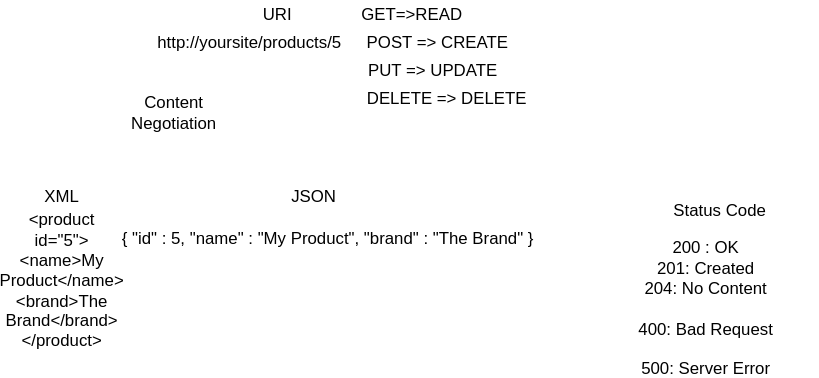
The draw.io diagram ASPNET/Demos/TheWeb/drawing03.drawio.svg in scolapicchioni/BD2020, before a commit. Source tidied: cells renumbered, new cells last; positions are measured from the earlier drawing's top-left corner, leaving out a move shared by most shapes.
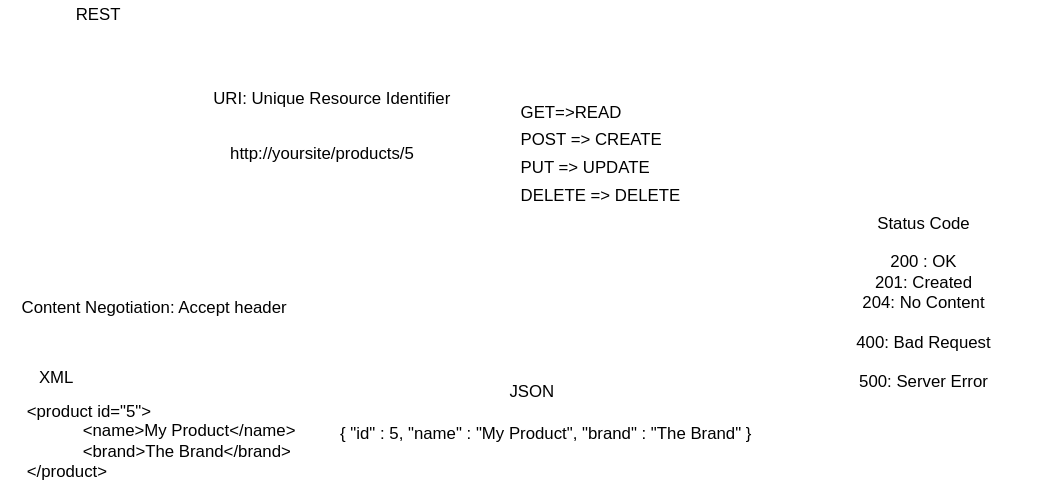
The same file after the commit.

Diff of the diagram source:
```diff
@@ -2,32 +2,32 @@
   <root>
     <mxCell id="0" />
     <mxCell id="1" parent="0" />
-    <mxCell id="2" value="URI" style="text;html=1;strokeColor=none;fillColor=none;align=center;verticalAlign=middle;whiteSpace=wrap;rounded=0;" parent="1" vertex="1">
-      <mxGeometry x="154" width="40" height="20" as="geometry" />
+    <mxCell id="2" value="URI: Unique Resource Identifier" style="text;html=1;strokeColor=none;fillColor=none;align=center;verticalAlign=middle;whiteSpace=wrap;rounded=0;" parent="1" vertex="1">
+      <mxGeometry x="-40" y="-80" width="194" height="20" as="geometry" />
     </mxCell>
     <mxCell id="3" value="http://yoursite/products/5" style="text;html=1;strokeColor=none;fillColor=none;align=center;verticalAlign=middle;whiteSpace=wrap;rounded=0;" parent="1" vertex="1">
-      <mxGeometry x="134" y="20" width="40" height="20" as="geometry" />
+      <mxGeometry x="30" y="-40" width="40" height="20" as="geometry" />
     </mxCell>
-    <mxCell id="4" value="GET=&amp;gt;READ" style="text;html=1;strokeColor=none;fillColor=none;align=center;verticalAlign=middle;whiteSpace=wrap;rounded=0;" parent="1" vertex="1">
-      <mxGeometry x="250" width="40" height="20" as="geometry" />
+    <mxCell id="4" value="GET=&amp;gt;READ" style="text;html=1;strokeColor=none;fillColor=none;align=left;verticalAlign=middle;whiteSpace=wrap;rounded=0;" parent="1" vertex="1">
+      <mxGeometry x="190" y="-70" width="120" height="20" as="geometry" />
     </mxCell>
-    <mxCell id="5" value="POST =&amp;gt; CREATE&amp;nbsp;" style="text;html=1;strokeColor=none;fillColor=none;align=center;verticalAlign=middle;whiteSpace=wrap;rounded=0;" parent="1" vertex="1">
-      <mxGeometry x="230" y="20" width="120" height="20" as="geometry" />
+    <mxCell id="5" value="POST =&amp;gt; CREATE&amp;nbsp;" style="text;html=1;strokeColor=none;fillColor=none;align=left;verticalAlign=middle;whiteSpace=wrap;rounded=0;" parent="1" vertex="1">
+      <mxGeometry x="190" y="-50" width="120" height="20" as="geometry" />
     </mxCell>
-    <mxCell id="6" value="DELETE =&amp;gt; DELETE" style="text;html=1;strokeColor=none;fillColor=none;align=center;verticalAlign=middle;whiteSpace=wrap;rounded=0;" parent="1" vertex="1">
-      <mxGeometry x="230" y="60" width="130" height="20" as="geometry" />
+    <mxCell id="6" value="DELETE =&amp;gt; DELETE" style="text;html=1;strokeColor=none;fillColor=none;align=left;verticalAlign=middle;whiteSpace=wrap;rounded=0;" parent="1" vertex="1">
+      <mxGeometry x="190" y="-10" width="130" height="20" as="geometry" />
     </mxCell>
-    <mxCell id="7" value="PUT =&amp;gt; UPDATE" style="text;html=1;strokeColor=none;fillColor=none;align=center;verticalAlign=middle;whiteSpace=wrap;rounded=0;" parent="1" vertex="1">
-      <mxGeometry x="230" y="40" width="110" height="20" as="geometry" />
+    <mxCell id="7" value="PUT =&amp;gt; UPDATE" style="text;html=1;strokeColor=none;fillColor=none;align=left;verticalAlign=middle;whiteSpace=wrap;rounded=0;" parent="1" vertex="1">
+      <mxGeometry x="190" y="-30" width="110" height="20" as="geometry" />
     </mxCell>
-    <mxCell id="8" value="Content Negotiation" style="text;html=1;strokeColor=none;fillColor=none;align=center;verticalAlign=middle;whiteSpace=wrap;rounded=0;" parent="1" vertex="1">
-      <mxGeometry x="80" y="70" width="40" height="20" as="geometry" />
+    <mxCell id="8" value="Content Negotiation: Accept header" style="text;html=1;strokeColor=none;fillColor=none;align=center;verticalAlign=middle;whiteSpace=wrap;rounded=0;" parent="1" vertex="1">
+      <mxGeometry x="-180" y="70" width="220" height="20" as="geometry" />
     </mxCell>
-    <mxCell id="9" value="&amp;lt;product id=&quot;5&quot;&amp;gt;&amp;lt;name&amp;gt;My Product&amp;lt;/name&amp;gt;&amp;lt;brand&amp;gt;The Brand&amp;lt;/brand&amp;gt;&amp;lt;/product&amp;gt;" style="text;html=1;strokeColor=none;fillColor=none;align=center;verticalAlign=middle;whiteSpace=wrap;rounded=0;" parent="1" vertex="1">
-      <mxGeometry y="190" width="40" height="20" as="geometry" />
+    <mxCell id="9" value="&lt;div style=&quot;text-align: left&quot;&gt;&lt;span&gt;&amp;lt;product id=&quot;5&quot;&amp;gt;&lt;/span&gt;&lt;/div&gt;&lt;blockquote style=&quot;margin: 0 0 0 40px ; border: none ; padding: 0px&quot;&gt;&lt;div style=&quot;text-align: left&quot;&gt;&lt;span&gt;&amp;lt;name&amp;gt;My Product&amp;lt;/name&amp;gt;&lt;/span&gt;&lt;/div&gt;&lt;/blockquote&gt;&lt;blockquote style=&quot;margin: 0 0 0 40px ; border: none ; padding: 0px&quot;&gt;&lt;div style=&quot;text-align: left&quot;&gt;&lt;span&gt;&amp;lt;brand&amp;gt;The Brand&amp;lt;/brand&amp;gt;&lt;/span&gt;&lt;/div&gt;&lt;/blockquote&gt;&lt;div style=&quot;text-align: left&quot;&gt;&lt;span&gt;&amp;lt;/product&amp;gt;&lt;/span&gt;&lt;/div&gt;" style="text;html=1;strokeColor=none;fillColor=none;align=center;verticalAlign=middle;whiteSpace=wrap;rounded=0;" parent="1" vertex="1">
+      <mxGeometry x="-170" y="140" width="210" height="70" as="geometry" />
     </mxCell>
     <mxCell id="10" value="XML" style="text;html=1;strokeColor=none;fillColor=none;align=center;verticalAlign=middle;whiteSpace=wrap;rounded=0;" parent="1" vertex="1">
-      <mxGeometry y="130" width="40" height="20" as="geometry" />
+      <mxGeometry x="-160" y="120" width="40" height="20" as="geometry" />
     </mxCell>
     <mxCell id="11" value="JSON" style="text;html=1;strokeColor=none;fillColor=none;align=center;verticalAlign=middle;whiteSpace=wrap;rounded=0;" parent="1" vertex="1">
       <mxGeometry x="180" y="130" width="40" height="20" as="geometry" />
@@ -36,10 +36,13 @@
       <mxGeometry x="60" y="160" width="300" height="20" as="geometry" />
     </mxCell>
     <mxCell id="13" value="Status Code" style="text;html=1;strokeColor=none;fillColor=none;align=center;verticalAlign=middle;whiteSpace=wrap;rounded=0;" parent="1" vertex="1">
-      <mxGeometry x="440" y="140" width="100" height="20" as="geometry" />
+      <mxGeometry x="430" y="10" width="100" height="20" as="geometry" />
     </mxCell>
     <mxCell id="14" value="200 : OK&lt;br&gt;201: Created&lt;br&gt;204: No Content&lt;br&gt;&lt;br&gt;400: Bad Request&lt;br&gt;&lt;br&gt;500: Server Error" style="text;html=1;strokeColor=none;fillColor=none;align=center;verticalAlign=middle;whiteSpace=wrap;rounded=0;" parent="1" vertex="1">
-      <mxGeometry x="400" y="210" width="160" height="20" as="geometry" />
+      <mxGeometry x="400" y="80" width="160" height="20" as="geometry" />
     </mxCell>
+    <mxCell id="15" value="REST" style="text;html=1;strokeColor=none;fillColor=none;align=center;verticalAlign=middle;whiteSpace=wrap;rounded=0;" parent="1" vertex="1">
+      <mxGeometry x="-130" y="-140" width="40" height="20" as="geometry" />
+    </mxCell>
   </root>
 </mxGraphModel>
```
